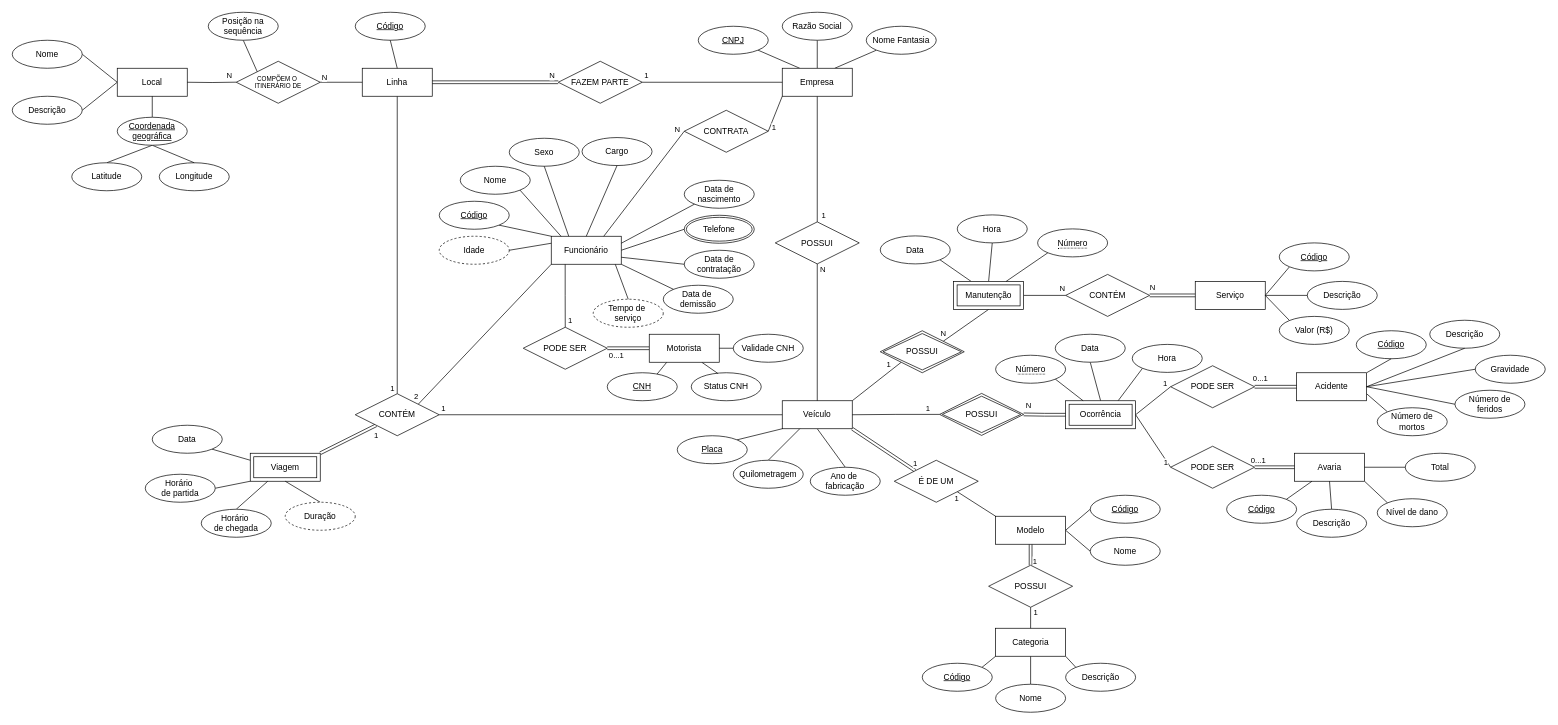
Above: drawio/conceptual_model.drawio in gscolombo/Projeto---BD (draw.io), before the change. Source tidied: cells renumbered, new cells numbered last; positions are measured from the earlier drawing's top-left corner, leaving out a move shared by most shapes. Both pictures are drawn from the tidied source at 70%, with x=0, y=0 at pixel (12, 12).
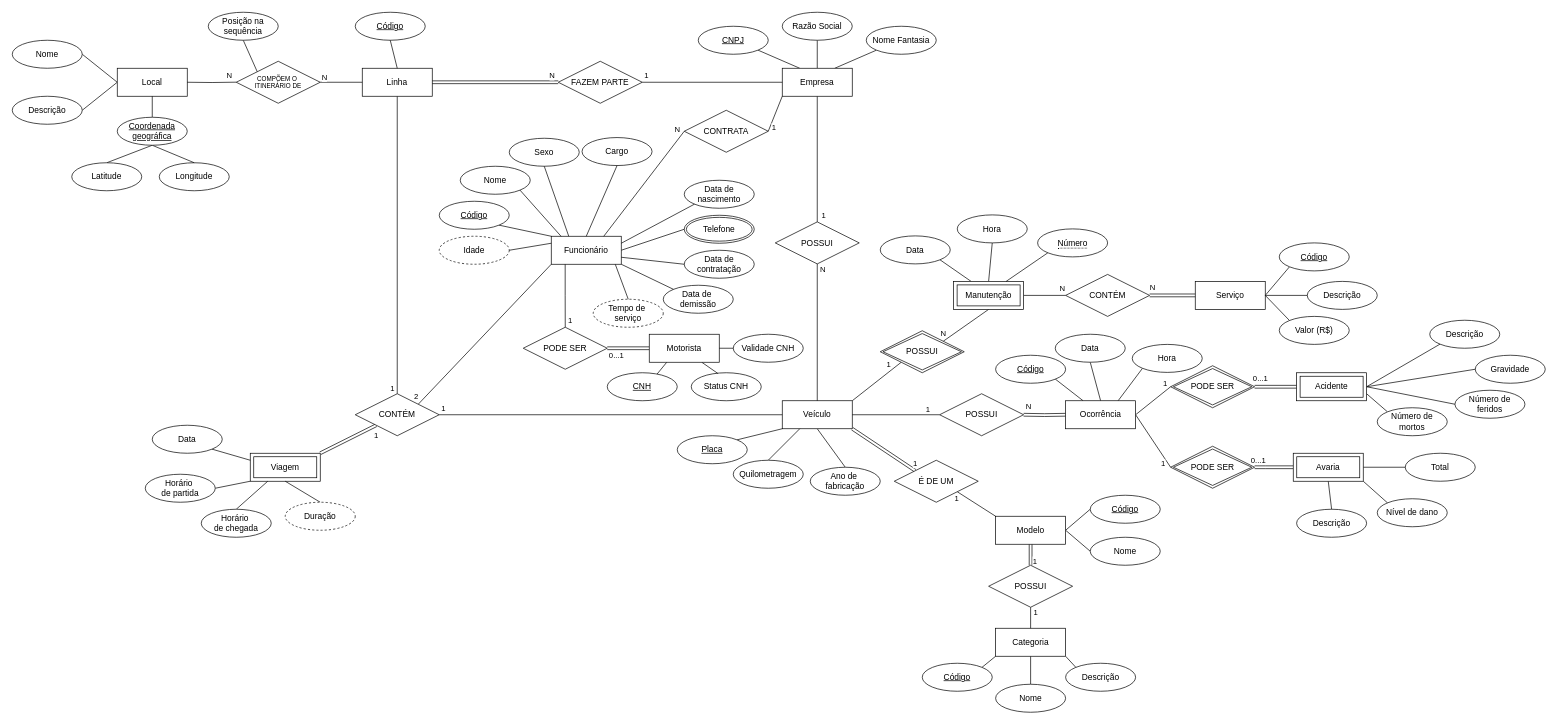
After the change.

Commit message:
Remodelagem de entidade "Ocorrência" e associadas

Unchanged cells that the change refers to:
```xml
<mxCell id="81" value="Data" style="ellipse;whiteSpace=wrap;html=1;align=center;fontStyle=0;" parent="1" vertex="1">
  <mxGeometry x="1490" y="460" width="100" height="40" as="geometry" />
</mxCell>
<mxCell id="82" value="Hora" style="ellipse;whiteSpace=wrap;html=1;align=center;fontStyle=0;" parent="1" vertex="1">
  <mxGeometry x="1600" y="474.5" width="100" height="40" as="geometry" />
</mxCell>
<mxCell id="167" value="Descrição" style="ellipse;whiteSpace=wrap;html=1;align=center;fontStyle=0;" parent="1" vertex="1">
  <mxGeometry x="2025" y="440" width="100" height="40" as="geometry" />
</mxCell>
<mxCell id="168" value="Gravidade" style="ellipse;whiteSpace=wrap;html=1;align=center;fontStyle=0;" parent="1" vertex="1">
  <mxGeometry x="2090" y="490" width="100" height="40" as="geometry" />
</mxCell>
<mxCell id="169" value="Número de feridos" style="ellipse;whiteSpace=wrap;html=1;align=center;fontStyle=0;" parent="1" vertex="1">
  <mxGeometry x="2061" y="540" width="100" height="40" as="geometry" />
</mxCell>
<mxCell id="170" value="Número de mortos" style="ellipse;whiteSpace=wrap;html=1;align=center;fontStyle=0;" parent="1" vertex="1">
  <mxGeometry x="1950" y="565" width="100" height="40" as="geometry" />
</mxCell>
```

Diff of the diagram source:
```diff
@@
-    <mxCell id="17" value="Avaria" style="whiteSpace=wrap;html=1;align=center;" parent="1" vertex="1">
-      <mxGeometry x="1831.8" y="630" width="100" height="40" as="geometry" />
-    </mxCell>
@@
-    <mxCell id="25" style="rounded=0;jettySize=auto;html=1;exitX=1;exitY=0.5;exitDx=0;exitDy=0;entryX=0;entryY=0.5;entryDx=0;entryDy=0;endArrow=none;endFill=0;" parent="1" edge="1" source="29" target="71">
-      <mxGeometry relative="1" as="geometry" />
+    <mxCell id="25" style="rounded=0;jettySize=auto;html=1;exitX=1;exitY=0.5;exitDx=0;exitDy=0;entryX=0;entryY=0.5;entryDx=0;entryDy=0;endArrow=none;endFill=0;" parent="1" edge="1" target="193">
+      <mxGeometry relative="1" as="geometry">
+        <mxPoint x="1604.8" y="575" as="sourcePoint" />
+      </mxGeometry>
     </mxCell>
     <mxCell id="26" value="1" style="edgeLabel;html=1;align=center;verticalAlign=middle;" parent="25" vertex="1">
       <mxGeometry x="0.44" y="2" relative="1" as="geometry">
-        <mxPoint x="5" y="16" as="offset" />
+        <mxPoint x="1" y="17" as="offset" />
       </mxGeometry>
     </mxCell>
-    <mxCell id="27" style="rounded=0;jettySize=auto;html=1;exitX=0.75;exitY=0;exitDx=0;exitDy=0;entryX=0;entryY=1;entryDx=0;entryDy=0;endArrow=none;endFill=0;" parent="1" edge="1" source="29" target="82">
-      <mxGeometry relative="1" as="geometry" />
+    <mxCell id="27" style="rounded=0;jettySize=auto;html=1;exitX=0.75;exitY=0;exitDx=0;exitDy=0;entryX=0;entryY=1;entryDx=0;entryDy=0;endArrow=none;endFill=0;" parent="1" edge="1" target="82">
+      <mxGeometry relative="1" as="geometry">
+        <mxPoint x="1579.8" y="555" as="sourcePoint" />
+      </mxGeometry>
     </mxCell>
-    <mxCell id="28" style="rounded=0;jettySize=auto;html=1;exitX=0.5;exitY=0;exitDx=0;exitDy=0;entryX=0.5;entryY=1;entryDx=0;entryDy=0;endArrow=none;endFill=0;" parent="1" edge="1" source="29" target="81">
-      <mxGeometry relative="1" as="geometry" />
+    <mxCell id="28" style="rounded=0;jettySize=auto;html=1;exitX=0.5;exitY=0;exitDx=0;exitDy=0;entryX=0.5;entryY=1;entryDx=0;entryDy=0;endArrow=none;endFill=0;" parent="1" edge="1" target="81">
+      <mxGeometry relative="1" as="geometry">
+        <mxPoint x="1554.8" y="555" as="sourcePoint" />
+      </mxGeometry>
     </mxCell>
-    <mxCell id="29" value="Ocorrência" style="shape=ext;margin=3;double=1;whiteSpace=wrap;html=1;align=center;" parent="1" vertex="1">
-      <mxGeometry x="1504.8" y="555" width="100" height="40" as="geometry" />
-    </mxCell>
-    <mxCell id="30" style="rounded=0;jettySize=auto;html=1;exitX=1;exitY=0.75;exitDx=0;exitDy=0;entryX=0;entryY=0;entryDx=0;entryDy=0;endArrow=none;endFill=0;" parent="1" edge="1" source="31" target="170">
-      <mxGeometry relative="1" as="geometry" />
+    <mxCell id="30" style="rounded=0;jettySize=auto;html=1;exitX=1;exitY=0.75;exitDx=0;exitDy=0;entryX=0;entryY=0;entryDx=0;entryDy=0;endArrow=none;endFill=0;" parent="1" edge="1" target="170">
+      <mxGeometry relative="1" as="geometry">
+        <mxPoint x="1934.8" y="545" as="sourcePoint" />
+      </mxGeometry>
     </mxCell>
-    <mxCell id="31" value="Acidente" style="whiteSpace=wrap;html=1;align=center;" parent="1" vertex="1">
-      <mxGeometry x="1834.8" y="515" width="100" height="40" as="geometry" />
-    </mxCell>
@@
-    <mxCell id="66" style="edgeStyle=orthogonalEdgeStyle;rounded=0;jettySize=auto;html=1;exitX=0;exitY=0.5;exitDx=0;exitDy=0;entryX=1;entryY=0.5;entryDx=0;entryDy=0;endArrow=none;endFill=0;shape=link;" parent="1" edge="1" source="29" target="68">
-      <mxGeometry relative="1" as="geometry" />
+    <mxCell id="66" style="edgeStyle=orthogonalEdgeStyle;rounded=0;jettySize=auto;html=1;exitX=0;exitY=0.5;exitDx=0;exitDy=0;entryX=1;entryY=0.5;entryDx=0;entryDy=0;endArrow=none;endFill=0;shape=link;" parent="1" edge="1" target="68">
+      <mxGeometry relative="1" as="geometry">
+        <mxPoint x="1504.8" y="575" as="sourcePoint" />
+      </mxGeometry>
     </mxCell>
@@
-    <mxCell id="68" value="POSSUI" style="shape=rhombus;double=1;perimeter=rhombusPerimeter;whiteSpace=wrap;html=1;align=center;" parent="1" vertex="1">
-      <mxGeometry x="1324.8" y="544.5" width="120" height="60" as="geometry" />
-    </mxCell>
@@
-    <mxCell id="71" value="PODE SER" style="shape=rhombus;perimeter=rhombusPerimeter;whiteSpace=wrap;html=1;align=center;" parent="1" vertex="1">
-      <mxGeometry x="1654.8" y="620" width="120" height="60" as="geometry" />
-    </mxCell>
-    <mxCell id="72" value="PODE SER" style="shape=rhombus;perimeter=rhombusPerimeter;whiteSpace=wrap;html=1;align=center;" parent="1" vertex="1">
-      <mxGeometry x="1654.8" y="505" width="120" height="60" as="geometry" />
-    </mxCell>
-    <mxCell id="73" style="rounded=0;jettySize=auto;html=1;exitX=1;exitY=0.5;exitDx=0;exitDy=0;entryX=0;entryY=0.5;entryDx=0;entryDy=0;endArrow=none;endFill=0;" parent="1" edge="1" source="29" target="72">
-      <mxGeometry relative="1" as="geometry" />
+    <mxCell id="73" style="rounded=0;orthogonalLoop=1;jettySize=auto;html=1;exitX=1;exitY=0.5;exitDx=0;exitDy=0;entryX=0;entryY=0.5;entryDx=0;entryDy=0;endArrow=none;endFill=0;" parent="1" edge="1">
+      <mxGeometry relative="1" as="geometry">
+        <mxPoint x="1604.8" y="575" as="sourcePoint" />
+        <mxPoint x="1654.8" y="535" as="targetPoint" />
+      </mxGeometry>
     </mxCell>
@@
-    <mxCell id="75" style="rounded=0;jettySize=auto;html=1;exitX=1;exitY=0.5;exitDx=0;exitDy=0;entryX=0;entryY=0.5;entryDx=0;entryDy=0;endArrow=none;endFill=0;shape=link;" parent="1" edge="1" source="71" target="17">
-      <mxGeometry relative="1" as="geometry" />
+    <mxCell id="75" style="rounded=0;jettySize=auto;html=1;exitX=1;exitY=0.5;exitDx=0;exitDy=0;entryX=0;entryY=0.5;entryDx=0;entryDy=0;endArrow=none;endFill=0;shape=link;" parent="1" edge="1" source="193" target="17">
+      <mxGeometry relative="1" as="geometry">
+        <Array as="points">
+          <mxPoint x="1790" y="650" />
+        </Array>
+      </mxGeometry>
     </mxCell>
@@
-    <mxCell id="77" style="rounded=0;jettySize=auto;html=1;exitX=1;exitY=0.5;exitDx=0;exitDy=0;entryX=0;entryY=0.5;entryDx=0;entryDy=0;endArrow=none;endFill=0;shape=link;" parent="1" edge="1" source="72" target="31">
-      <mxGeometry relative="1" as="geometry" />
+    <mxCell id="77" style="rounded=0;orthogonalLoop=1;jettySize=auto;html=1;exitX=1;exitY=0.5;exitDx=0;exitDy=0;entryX=0;entryY=0.5;entryDx=0;entryDy=0;endArrow=none;endFill=0;shape=link;" parent="1" edge="1">
+      <mxGeometry relative="1" as="geometry">
+        <mxPoint x="1774.8" y="535" as="sourcePoint" />
+        <mxPoint x="1834.8" y="535" as="targetPoint" />
+      </mxGeometry>
     </mxCell>
@@
-    <mxCell id="166" value="&lt;u&gt;Código&lt;/u&gt;" style="ellipse;whiteSpace=wrap;html=1;align=center;fontStyle=0;" parent="1" vertex="1">
-      <mxGeometry x="1920" y="455" width="100" height="40" as="geometry" />
-    </mxCell>
@@
-    <mxCell id="171" style="rounded=0;jettySize=auto;html=1;exitX=1;exitY=0.5;exitDx=0;exitDy=0;entryX=0;entryY=0.5;entryDx=0;entryDy=0;endArrow=none;endFill=0;" parent="1" edge="1" source="31" target="169">
-      <mxGeometry relative="1" as="geometry" />
+    <mxCell id="171" style="rounded=0;jettySize=auto;html=1;exitX=1;exitY=0.5;exitDx=0;exitDy=0;entryX=0;entryY=0.5;entryDx=0;entryDy=0;endArrow=none;endFill=0;" parent="1" edge="1" target="169">
+      <mxGeometry relative="1" as="geometry">
+        <mxPoint x="1934.8" y="535" as="sourcePoint" />
+      </mxGeometry>
     </mxCell>
-    <mxCell id="172" style="rounded=0;jettySize=auto;html=1;exitX=1;exitY=0.5;exitDx=0;exitDy=0;entryX=0;entryY=0.5;entryDx=0;entryDy=0;endArrow=none;endFill=0;" parent="1" edge="1" source="31" target="168">
-      <mxGeometry relative="1" as="geometry" />
+    <mxCell id="172" style="rounded=0;jettySize=auto;html=1;exitX=1;exitY=0.5;exitDx=0;exitDy=0;entryX=0;entryY=0.5;entryDx=0;entryDy=0;endArrow=none;endFill=0;" parent="1" edge="1" target="168">
+      <mxGeometry relative="1" as="geometry">
+        <mxPoint x="1934.8" y="535" as="sourcePoint" />
+      </mxGeometry>
     </mxCell>
-    <mxCell id="173" style="rounded=0;jettySize=auto;html=1;exitX=1;exitY=0.5;exitDx=0;exitDy=0;entryX=0.5;entryY=1;entryDx=0;entryDy=0;endArrow=none;endFill=0;" parent="1" edge="1" source="31" target="167">
-      <mxGeometry relative="1" as="geometry" />
+    <mxCell id="173" style="rounded=0;jettySize=auto;html=1;exitX=1;exitY=0.5;exitDx=0;exitDy=0;entryX=0;entryY=1;entryDx=0;entryDy=0;endArrow=none;endFill=0;" parent="1" edge="1" target="167">
+      <mxGeometry relative="1" as="geometry">
+        <mxPoint x="1934.8" y="535" as="sourcePoint" />
+      </mxGeometry>
     </mxCell>
-    <mxCell id="174" style="rounded=0;jettySize=auto;html=1;exitX=1;exitY=0;exitDx=0;exitDy=0;entryX=0.5;entryY=1;entryDx=0;entryDy=0;endArrow=none;endFill=0;" parent="1" edge="1" source="31" target="166">
-      <mxGeometry relative="1" as="geometry" />
-    </mxCell>
-    <mxCell id="175" value="&lt;u&gt;Código&lt;/u&gt;" style="ellipse;whiteSpace=wrap;html=1;align=center;fontStyle=0;" parent="1" vertex="1">
-      <mxGeometry x="1734.8" y="690" width="100" height="40" as="geometry" />
-    </mxCell>
@@
-    <mxCell id="182" style="rounded=0;jettySize=auto;html=1;exitX=0.25;exitY=1;exitDx=0;exitDy=0;entryX=1;entryY=0;entryDx=0;entryDy=0;endArrow=none;endFill=0;" parent="1" edge="1" source="17" target="175">
-      <mxGeometry relative="1" as="geometry" />
-    </mxCell>
@@
-    <mxCell id="185" value="&lt;span style=&quot;border-bottom: 1px dotted;&quot;&gt;Número&lt;/span&gt;" style="ellipse;whiteSpace=wrap;html=1;align=center;" parent="1" vertex="1">
+    <mxCell id="185" value="&lt;u&gt;Código&lt;/u&gt;" style="ellipse;whiteSpace=wrap;html=1;align=center;" parent="1" vertex="1">
       <mxGeometry x="1404.8" y="490" width="100" height="40" as="geometry" />
     </mxCell>
-    <mxCell id="186" style="rounded=0;jettySize=auto;html=1;exitX=0.25;exitY=0;exitDx=0;exitDy=0;entryX=1;entryY=1;entryDx=0;entryDy=0;endArrow=none;endFill=0;" parent="1" edge="1" source="29" target="185">
-      <mxGeometry relative="1" as="geometry" />
+    <mxCell id="186" style="rounded=0;jettySize=auto;html=1;exitX=0.25;exitY=0;exitDx=0;exitDy=0;entryX=1;entryY=1;entryDx=0;entryDy=0;endArrow=none;endFill=0;" parent="1" edge="1" target="185">
+      <mxGeometry relative="1" as="geometry">
+        <mxPoint x="1529.8" y="555" as="sourcePoint" />
+      </mxGeometry>
     </mxCell>
@@
+    <mxCell id="68" value="POSSUI" style="shape=rhombus;perimeter=rhombusPerimeter;whiteSpace=wrap;html=1;align=center;" parent="1" vertex="1">
+      <mxGeometry x="1324.8" y="545" width="120" height="60" as="geometry" />
+    </mxCell>
+    <mxCell id="29" value="Ocorrência" style="whiteSpace=wrap;html=1;align=center;" parent="1" vertex="1">
+      <mxGeometry x="1504.8" y="555" width="100" height="40" as="geometry" />
+    </mxCell>
+    <mxCell id="31" value="Acidente" style="shape=ext;margin=3;double=1;whiteSpace=wrap;html=1;align=center;" parent="1" vertex="1">
+      <mxGeometry x="1834.8" y="515" width="100" height="40" as="geometry" />
+    </mxCell>
+    <mxCell id="17" value="Avaria" style="shape=ext;margin=3;double=1;whiteSpace=wrap;html=1;align=center;" parent="1" vertex="1">
+      <mxGeometry x="1830" y="630" width="100" height="40" as="geometry" />
+    </mxCell>
+    <mxCell id="192" value="PODE SER" style="shape=rhombus;double=1;perimeter=rhombusPerimeter;whiteSpace=wrap;html=1;align=center;" parent="1" vertex="1">
+      <mxGeometry x="1654.8" y="505" width="120" height="60" as="geometry" />
+    </mxCell>
+    <mxCell id="193" value="PODE SER" style="shape=rhombus;double=1;perimeter=rhombusPerimeter;whiteSpace=wrap;html=1;align=center;" parent="1" vertex="1">
+      <mxGeometry x="1654.8" y="620" width="120" height="60" as="geometry" />
+    </mxCell>
```
